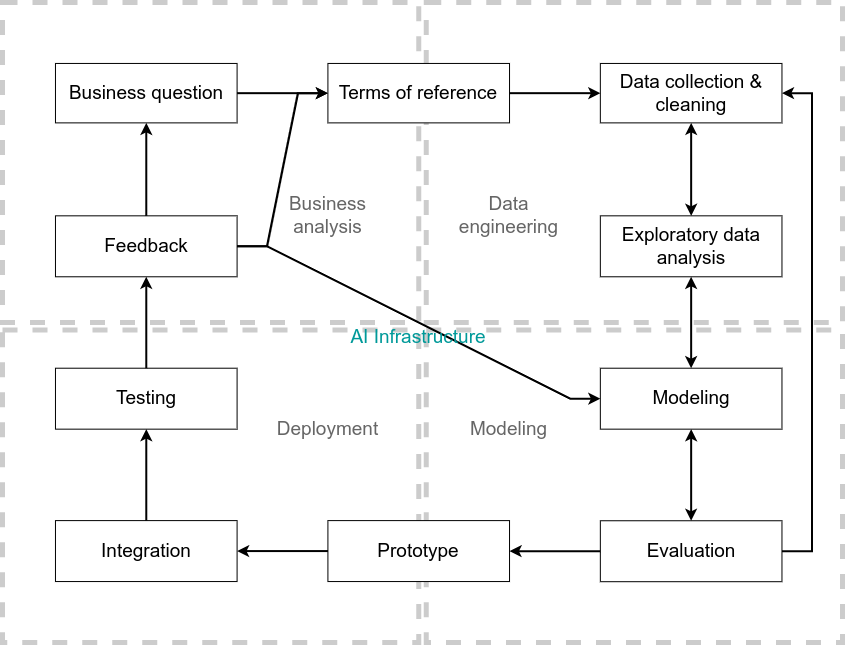
Above: diagrams/ai_project_development_life_cycle.drawio.png in ryndovaira-org/data_science_lectures (draw.io), before the change. Source tidied: cells renumbered, new cells last; positions are measured from the earlier drawing's top-left corner, leaving out a move shared by most shapes.
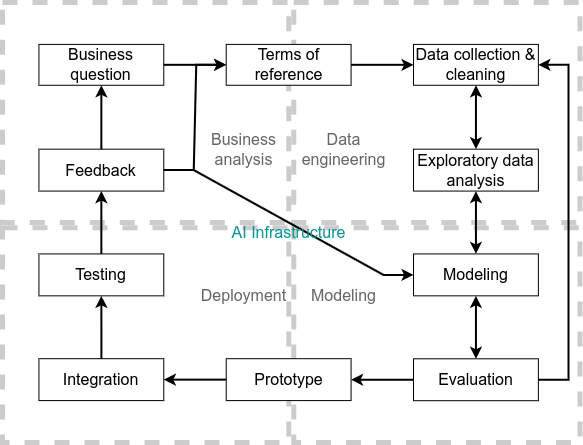
The same diagram one commit later.

Change to the diagram source:
```diff
@@ -2,103 +2,100 @@
   <root>
     <mxCell id="0" />
     <mxCell id="1" parent="0" />
-    <mxCell id="2" style="group;fontSize=19;" parent="1" vertex="1">
-      <mxGeometry width="840" height="640" as="geometry" />
-    </mxCell>
-    <mxCell id="3" style="rounded=0;whiteSpace=wrap;html=1;strokeColor=#CCCCCC;fontFamily=Helvetica;fontSize=19;fontColor=default;fillColor=none;dashed=1;strokeWidth=5;" parent="2" vertex="1">
-      <mxGeometry width="416.2" height="320" as="geometry" />
+    <mxCell id="3" style="rounded=0;whiteSpace=wrap;html=1;strokeColor=#CCCCCC;fontFamily=Helvetica;fontSize=16;fontColor=default;fillColor=none;dashed=1;strokeWidth=5;" parent="1" vertex="1">
+      <mxGeometry width="286.1" height="220" as="geometry" />
     </mxCell>
-    <mxCell id="4" style="rounded=0;whiteSpace=wrap;html=1;strokeColor=#CCCCCC;fontFamily=Helvetica;fontSize=19;fontColor=default;fillColor=none;dashed=1;strokeWidth=5;" parent="2" vertex="1">
-      <mxGeometry y="327.6" width="416.2" height="312.4" as="geometry" />
+    <mxCell id="4" style="rounded=0;whiteSpace=wrap;html=1;strokeColor=#CCCCCC;fontFamily=Helvetica;fontSize=16;fontColor=default;fillColor=none;dashed=1;strokeWidth=5;" parent="1" vertex="1">
+      <mxGeometry y="225.2" width="286.1" height="214.8" as="geometry" />
     </mxCell>
-    <mxCell id="5" style="rounded=0;whiteSpace=wrap;html=1;strokeColor=#CCCCCC;fontFamily=Helvetica;fontSize=19;fontColor=default;fillColor=none;dashed=1;strokeWidth=5;" parent="2" vertex="1">
-      <mxGeometry x="423.8" width="416.2" height="320" as="geometry" />
+    <mxCell id="5" style="rounded=0;whiteSpace=wrap;html=1;strokeColor=#CCCCCC;fontFamily=Helvetica;fontSize=16;fontColor=default;fillColor=none;dashed=1;strokeWidth=5;" parent="1" vertex="1">
+      <mxGeometry x="291.4" width="286.1" height="220" as="geometry" />
     </mxCell>
-    <mxCell id="6" style="rounded=0;whiteSpace=wrap;html=1;strokeColor=#CCCCCC;fontFamily=Helvetica;fontSize=19;fontColor=default;fillColor=none;dashed=1;strokeWidth=5;" parent="2" vertex="1">
-      <mxGeometry x="423.8" y="327.6" width="416.2" height="312.4" as="geometry" />
+    <mxCell id="6" style="rounded=0;whiteSpace=wrap;html=1;strokeColor=#CCCCCC;fontFamily=Helvetica;fontSize=16;fontColor=default;fillColor=none;dashed=1;strokeWidth=5;" parent="1" vertex="1">
+      <mxGeometry x="291.4" y="225.2" width="286.1" height="214.8" as="geometry" />
     </mxCell>
-    <mxCell id="7" value="&lt;font style=&quot;font-size: 19px;&quot;&gt;Business question&lt;/font&gt;" style="rounded=0;whiteSpace=wrap;html=1;fontSize=19;" parent="2" vertex="1">
-      <mxGeometry x="53" y="61" width="181.6" height="59.4" as="geometry" />
+    <mxCell id="7" value="&lt;font style=&quot;font-size: 16px;&quot;&gt;Business question&lt;/font&gt;" style="rounded=0;whiteSpace=wrap;html=1;fontSize=16;" parent="1" vertex="1">
+      <mxGeometry x="36.4" y="41.9" width="124.9" height="40.9" as="geometry" />
     </mxCell>
-    <mxCell id="8" value="&lt;font style=&quot;font-size: 19px;&quot;&gt;Feedback&lt;/font&gt;" style="rounded=0;whiteSpace=wrap;html=1;fontSize=19;" parent="2" vertex="1">
-      <mxGeometry x="53" y="213.3" width="181.6" height="61" as="geometry" />
+    <mxCell id="8" value="&lt;font style=&quot;font-size: 16px;&quot;&gt;Feedback&lt;/font&gt;" style="rounded=0;whiteSpace=wrap;html=1;fontSize=16;" parent="1" vertex="1">
+      <mxGeometry x="36.4" y="146.7" width="124.9" height="41.9" as="geometry" />
     </mxCell>
-    <mxCell id="9" style="edgeStyle=orthogonalEdgeStyle;rounded=0;jettySize=auto;html=1;strokeWidth=2;fontSize=19;" parent="2" edge="1" source="8" target="7">
+    <mxCell id="9" style="edgeStyle=orthogonalEdgeStyle;rounded=0;jettySize=auto;html=1;strokeWidth=2;fontSize=16;" parent="1" edge="1" source="8" target="7">
       <mxGeometry relative="1" as="geometry" />
     </mxCell>
-    <mxCell id="10" value="&lt;font style=&quot;font-size: 19px;&quot;&gt;Terms of reference&lt;/font&gt;" style="rounded=0;whiteSpace=wrap;html=1;fontSize=19;" parent="2" vertex="1">
-      <mxGeometry x="325.4" y="61" width="181.6" height="59.4" as="geometry" />
+    <mxCell id="10" value="&lt;font style=&quot;font-size: 16px;&quot;&gt;Terms of reference&lt;/font&gt;" style="rounded=0;whiteSpace=wrap;html=1;fontSize=16;" parent="1" vertex="1">
+      <mxGeometry x="223.7" y="41.9" width="124.9" height="40.9" as="geometry" />
     </mxCell>
-    <mxCell id="11" style="edgeStyle=orthogonalEdgeStyle;rounded=0;jettySize=auto;html=1;strokeWidth=2;fontSize=19;" parent="2" edge="1" source="7" target="10">
+    <mxCell id="11" style="edgeStyle=orthogonalEdgeStyle;rounded=0;jettySize=auto;html=1;strokeWidth=2;fontSize=16;" parent="1" edge="1" source="7" target="10">
       <mxGeometry relative="1" as="geometry" />
     </mxCell>
-    <mxCell id="12" style="rounded=0;jettySize=auto;html=1;fontFamily=Helvetica;fontSize=19;fontColor=default;edgeStyle=entityRelationEdgeStyle;strokeWidth=2;" parent="2" edge="1" source="8" target="10">
+    <mxCell id="12" style="rounded=0;jettySize=auto;html=1;fontFamily=Helvetica;fontSize=16;fontColor=default;edgeStyle=entityRelationEdgeStyle;strokeWidth=2;" parent="1" edge="1" source="8" target="10">
       <mxGeometry relative="1" as="geometry" />
     </mxCell>
-    <mxCell id="13" value="&lt;font style=&quot;font-size: 19px;&quot;&gt;Data collection &amp;amp; cleaning&lt;/font&gt;" style="rounded=0;whiteSpace=wrap;html=1;fontSize=19;" parent="2" vertex="1">
-      <mxGeometry x="597.8" y="61" width="181.6" height="59.4" as="geometry" />
+    <mxCell id="13" value="&lt;font style=&quot;font-size: 16px;&quot;&gt;Data collection &amp;amp; cleaning&lt;/font&gt;" style="rounded=0;whiteSpace=wrap;html=1;fontSize=16;" parent="1" vertex="1">
+      <mxGeometry x="411" y="41.9" width="124.9" height="40.9" as="geometry" />
     </mxCell>
-    <mxCell id="14" style="edgeStyle=orthogonalEdgeStyle;rounded=0;jettySize=auto;html=1;strokeWidth=2;fontSize=19;" parent="2" edge="1" source="10" target="13">
+    <mxCell id="14" style="edgeStyle=orthogonalEdgeStyle;rounded=0;jettySize=auto;html=1;strokeWidth=2;fontSize=16;" parent="1" edge="1" source="10" target="13">
       <mxGeometry relative="1" as="geometry" />
     </mxCell>
-    <mxCell id="15" value="&lt;font style=&quot;font-size: 19px;&quot;&gt;Exploratory data analysis&lt;/font&gt;" style="rounded=0;whiteSpace=wrap;html=1;fontSize=19;" parent="2" vertex="1">
-      <mxGeometry x="597.8" y="213.3" width="181.6" height="61" as="geometry" />
+    <mxCell id="15" value="&lt;font style=&quot;font-size: 16px;&quot;&gt;Exploratory data analysis&lt;/font&gt;" style="rounded=0;whiteSpace=wrap;html=1;fontSize=16;" parent="1" vertex="1">
+      <mxGeometry x="411" y="146.7" width="124.9" height="41.9" as="geometry" />
     </mxCell>
-    <mxCell id="16" style="endArrow=classic;startArrow=classic;rounded=0;jettySize=auto;html=1;fontFamily=Helvetica;fontSize=19;fontColor=default;strokeWidth=2;" parent="2" edge="1" source="15" target="13">
+    <mxCell id="16" style="endArrow=classic;startArrow=classic;rounded=0;jettySize=auto;html=1;fontFamily=Helvetica;fontSize=16;fontColor=default;strokeWidth=2;" parent="1" edge="1" source="15" target="13">
       <mxGeometry relative="1" as="geometry" />
     </mxCell>
-    <mxCell id="17" value="&lt;font style=&quot;font-size: 19px;&quot;&gt;Evaluation&lt;/font&gt;" style="rounded=0;whiteSpace=wrap;html=1;fontSize=19;" parent="2" vertex="1">
-      <mxGeometry x="597.8" y="518.2" width="181.6" height="61" as="geometry" />
+    <mxCell id="17" value="&lt;font style=&quot;font-size: 16px;&quot;&gt;Evaluation&lt;/font&gt;" style="rounded=0;whiteSpace=wrap;html=1;fontSize=16;" parent="1" vertex="1">
+      <mxGeometry x="411" y="356.3" width="124.9" height="41.9" as="geometry" />
     </mxCell>
-    <mxCell id="18" style="edgeStyle=entityRelationEdgeStyle;rounded=0;jettySize=auto;html=1;fontFamily=Helvetica;fontSize=19;fontColor=default;strokeWidth=2;" parent="2" edge="1" source="17" target="13">
+    <mxCell id="18" style="edgeStyle=entityRelationEdgeStyle;rounded=0;jettySize=auto;html=1;fontFamily=Helvetica;fontSize=16;fontColor=default;strokeWidth=2;" parent="1" edge="1" source="17" target="13">
       <mxGeometry relative="1" as="geometry" />
     </mxCell>
-    <mxCell id="19" value="&lt;font style=&quot;font-size: 19px;&quot;&gt;Modeling&lt;/font&gt;" style="rounded=0;whiteSpace=wrap;html=1;fontSize=19;" parent="2" vertex="1">
-      <mxGeometry x="597.8" y="365.7" width="181.6" height="61" as="geometry" />
+    <mxCell id="19" value="&lt;font style=&quot;font-size: 16px;&quot;&gt;Modeling&lt;/font&gt;" style="rounded=0;whiteSpace=wrap;html=1;fontSize=16;" parent="1" vertex="1">
+      <mxGeometry x="411" y="251.4" width="124.9" height="41.9" as="geometry" />
     </mxCell>
-    <mxCell id="20" style="endArrow=classic;startArrow=classic;rounded=0;jettySize=auto;html=1;strokeWidth=2;fontSize=19;" parent="2" edge="1" source="15" target="19">
+    <mxCell id="20" style="endArrow=classic;startArrow=classic;rounded=0;jettySize=auto;html=1;strokeWidth=2;fontSize=16;" parent="1" edge="1" source="15" target="19">
       <mxGeometry relative="1" as="geometry" />
     </mxCell>
-    <mxCell id="21" style="endArrow=classic;startArrow=classic;rounded=0;jettySize=auto;html=1;strokeWidth=2;fontSize=19;" parent="2" edge="1" source="19" target="17">
+    <mxCell id="21" style="endArrow=classic;startArrow=classic;rounded=0;jettySize=auto;html=1;strokeWidth=2;fontSize=16;" parent="1" edge="1" source="19" target="17">
       <mxGeometry relative="1" as="geometry" />
     </mxCell>
-    <mxCell id="22" value="&lt;font color=&quot;#666666&quot; style=&quot;font-size: 19px;&quot;&gt;Deployment&lt;/font&gt;" style="text;html=1;strokeColor=none;fillColor=none;align=center;verticalAlign=middle;whiteSpace=wrap;rounded=0;fontSize=19;fontFamily=Helvetica;fontColor=default;" parent="2" vertex="1">
-      <mxGeometry x="264.9" y="396.2" width="121.1" height="61" as="geometry" />
+    <mxCell id="22" value="&lt;font color=&quot;#666666&quot; style=&quot;font-size: 16px;&quot;&gt;Deployment&lt;/font&gt;" style="text;html=1;strokeColor=none;fillColor=none;align=center;verticalAlign=middle;whiteSpace=wrap;rounded=0;fontSize=16;fontFamily=Helvetica;fontColor=default;" parent="1" vertex="1">
+      <mxGeometry x="200" y="272.4" width="83.2" height="41.9" as="geometry" />
     </mxCell>
-    <mxCell id="23" value="&lt;font style=&quot;font-size: 19px;&quot;&gt;Testing&lt;/font&gt;" style="rounded=0;whiteSpace=wrap;html=1;fontSize=19;" parent="2" vertex="1">
-      <mxGeometry x="53" y="365.7" width="181.6" height="61" as="geometry" />
+    <mxCell id="23" value="&lt;font style=&quot;font-size: 16px;&quot;&gt;Testing&lt;/font&gt;" style="rounded=0;whiteSpace=wrap;html=1;fontSize=16;" parent="1" vertex="1">
+      <mxGeometry x="36.4" y="251.4" width="124.9" height="41.9" as="geometry" />
     </mxCell>
-    <mxCell id="24" value="&lt;font style=&quot;font-size: 19px;&quot;&gt;Integration&lt;/font&gt;" style="rounded=0;whiteSpace=wrap;html=1;fontSize=19;" parent="2" vertex="1">
-      <mxGeometry x="53" y="518.1" width="181.6" height="61" as="geometry" />
+    <mxCell id="24" value="&lt;font style=&quot;font-size: 16px;&quot;&gt;Integration&lt;/font&gt;" style="rounded=0;whiteSpace=wrap;html=1;fontSize=16;" parent="1" vertex="1">
+      <mxGeometry x="36.4" y="356.2" width="124.9" height="41.9" as="geometry" />
     </mxCell>
-    <mxCell id="25" style="edgeStyle=orthogonalEdgeStyle;rounded=0;jettySize=auto;html=1;entryX=0.5;entryY=1;entryDx=0;entryDy=0;strokeWidth=2;fontSize=19;" parent="2" edge="1" source="24" target="23">
+    <mxCell id="25" style="edgeStyle=orthogonalEdgeStyle;rounded=0;jettySize=auto;html=1;entryX=0.5;entryY=1;entryDx=0;entryDy=0;strokeWidth=2;fontSize=16;" parent="1" edge="1" source="24" target="23">
       <mxGeometry relative="1" as="geometry" />
     </mxCell>
-    <mxCell id="26" value="&lt;font style=&quot;font-size: 19px;&quot;&gt;Prototype&lt;/font&gt;" style="rounded=0;whiteSpace=wrap;html=1;fontSize=19;" parent="2" vertex="1">
-      <mxGeometry x="325.4" y="518.1" width="181.6" height="61" as="geometry" />
+    <mxCell id="26" value="&lt;font style=&quot;font-size: 16px;&quot;&gt;Prototype&lt;/font&gt;" style="rounded=0;whiteSpace=wrap;html=1;fontSize=16;" parent="1" vertex="1">
+      <mxGeometry x="223.7" y="356.2" width="124.9" height="41.9" as="geometry" />
     </mxCell>
-    <mxCell id="27" style="edgeStyle=orthogonalEdgeStyle;rounded=0;jettySize=auto;html=1;strokeWidth=2;fontSize=19;" parent="2" edge="1" source="26" target="24">
+    <mxCell id="27" style="edgeStyle=orthogonalEdgeStyle;rounded=0;jettySize=auto;html=1;strokeWidth=2;fontSize=16;" parent="1" edge="1" source="26" target="24">
       <mxGeometry relative="1" as="geometry" />
     </mxCell>
-    <mxCell id="28" value="&lt;font style=&quot;font-size: 19px;&quot; color=&quot;#666666&quot;&gt;Business analysis&lt;/font&gt;" style="text;html=1;strokeColor=none;fillColor=none;align=center;verticalAlign=middle;whiteSpace=wrap;rounded=0;fontSize=19;fontFamily=Helvetica;fontColor=default;" parent="2" vertex="1">
-      <mxGeometry x="264.9" y="182.9" width="121.1" height="61" as="geometry" />
+    <mxCell id="28" value="&lt;font style=&quot;font-size: 16px;&quot; color=&quot;#666666&quot;&gt;Business analysis&lt;/font&gt;" style="text;html=1;strokeColor=none;fillColor=none;align=center;verticalAlign=middle;whiteSpace=wrap;rounded=0;fontSize=16;fontFamily=Helvetica;fontColor=default;" parent="1" vertex="1">
+      <mxGeometry x="200" y="125.7" width="83.2" height="41.9" as="geometry" />
     </mxCell>
-    <mxCell id="29" value="&lt;font style=&quot;font-size: 19px;&quot; color=&quot;#666666&quot;&gt;Data engineering&lt;/font&gt;" style="text;html=1;strokeColor=none;fillColor=none;align=center;verticalAlign=middle;whiteSpace=wrap;rounded=0;fontSize=19;fontFamily=Helvetica;fontColor=default;" parent="2" vertex="1">
-      <mxGeometry x="446.5" y="182.9" width="121.1" height="61" as="geometry" />
+    <mxCell id="29" value="&lt;font style=&quot;font-size: 16px;&quot; color=&quot;#666666&quot;&gt;Data engineering&lt;/font&gt;" style="text;html=1;strokeColor=none;fillColor=none;align=center;verticalAlign=middle;whiteSpace=wrap;rounded=0;fontSize=16;fontFamily=Helvetica;fontColor=default;" parent="1" vertex="1">
+      <mxGeometry x="300" y="125.7" width="83.2" height="41.9" as="geometry" />
     </mxCell>
-    <mxCell id="30" value="&lt;font style=&quot;font-size: 19px;&quot; color=&quot;#666666&quot;&gt;Modeling&lt;/font&gt;" style="text;html=1;strokeColor=none;fillColor=none;align=center;verticalAlign=middle;whiteSpace=wrap;rounded=0;fontSize=19;fontFamily=Helvetica;fontColor=default;" parent="2" vertex="1">
-      <mxGeometry x="446.5" y="396.2" width="121.1" height="61" as="geometry" />
+    <mxCell id="30" value="&lt;font style=&quot;font-size: 16px;&quot; color=&quot;#666666&quot;&gt;Modeling&lt;/font&gt;" style="text;html=1;strokeColor=none;fillColor=none;align=center;verticalAlign=middle;whiteSpace=wrap;rounded=0;fontSize=16;fontFamily=Helvetica;fontColor=default;" parent="1" vertex="1">
+      <mxGeometry x="300" y="272.4" width="83.2" height="41.9" as="geometry" />
     </mxCell>
-    <mxCell id="31" style="edgeStyle=orthogonalEdgeStyle;rounded=0;jettySize=auto;html=1;strokeWidth=2;fontSize=19;" parent="2" edge="1" source="23" target="8">
+    <mxCell id="31" style="edgeStyle=orthogonalEdgeStyle;rounded=0;jettySize=auto;html=1;strokeWidth=2;fontSize=16;" parent="1" edge="1" source="23" target="8">
       <mxGeometry relative="1" as="geometry" />
     </mxCell>
-    <mxCell id="32" style="rounded=0;jettySize=auto;html=1;fontFamily=Helvetica;fontSize=19;fontColor=default;exitX=1;exitY=0.5;exitDx=0;exitDy=0;edgeStyle=entityRelationEdgeStyle;elbow=vertical;strokeWidth=2;" parent="2" edge="1" source="8" target="19">
+    <mxCell id="32" style="rounded=0;jettySize=auto;html=1;fontFamily=Helvetica;fontSize=16;fontColor=default;exitX=1;exitY=0.5;exitDx=0;exitDy=0;edgeStyle=entityRelationEdgeStyle;elbow=vertical;strokeWidth=2;" parent="1" edge="1" source="8" target="19">
       <mxGeometry relative="1" as="geometry" />
     </mxCell>
-    <mxCell id="33" value="&lt;font color=&quot;#009999&quot; style=&quot;font-size: 19px;&quot;&gt;AI Infrastructure&lt;/font&gt;" style="text;html=1;strokeColor=none;fillColor=none;align=center;verticalAlign=middle;whiteSpace=wrap;rounded=0;fontSize=19;fontFamily=Helvetica;fontColor=default;" parent="2" vertex="1">
-      <mxGeometry x="325.4" y="274.3" width="181.6" height="121.9" as="geometry" />
+    <mxCell id="33" value="&lt;font color=&quot;#009999&quot; style=&quot;font-size: 16px;&quot;&gt;AI Infrastructure&lt;/font&gt;" style="text;html=1;strokeColor=none;fillColor=none;align=center;verticalAlign=middle;whiteSpace=wrap;rounded=0;fontSize=16;fontFamily=Helvetica;fontColor=default;" parent="1" vertex="1">
+      <mxGeometry x="223.7" y="188.6" width="124.9" height="83.8" as="geometry" />
     </mxCell>
-    <mxCell id="34" style="edgeStyle=orthogonalEdgeStyle;rounded=0;jettySize=auto;html=1;strokeWidth=2;fontSize=19;" parent="2" edge="1" source="17" target="26">
+    <mxCell id="34" style="edgeStyle=orthogonalEdgeStyle;rounded=0;jettySize=auto;html=1;strokeWidth=2;fontSize=16;" parent="1" edge="1" source="17" target="26">
       <mxGeometry relative="1" as="geometry" />
     </mxCell>
   </root>
```
